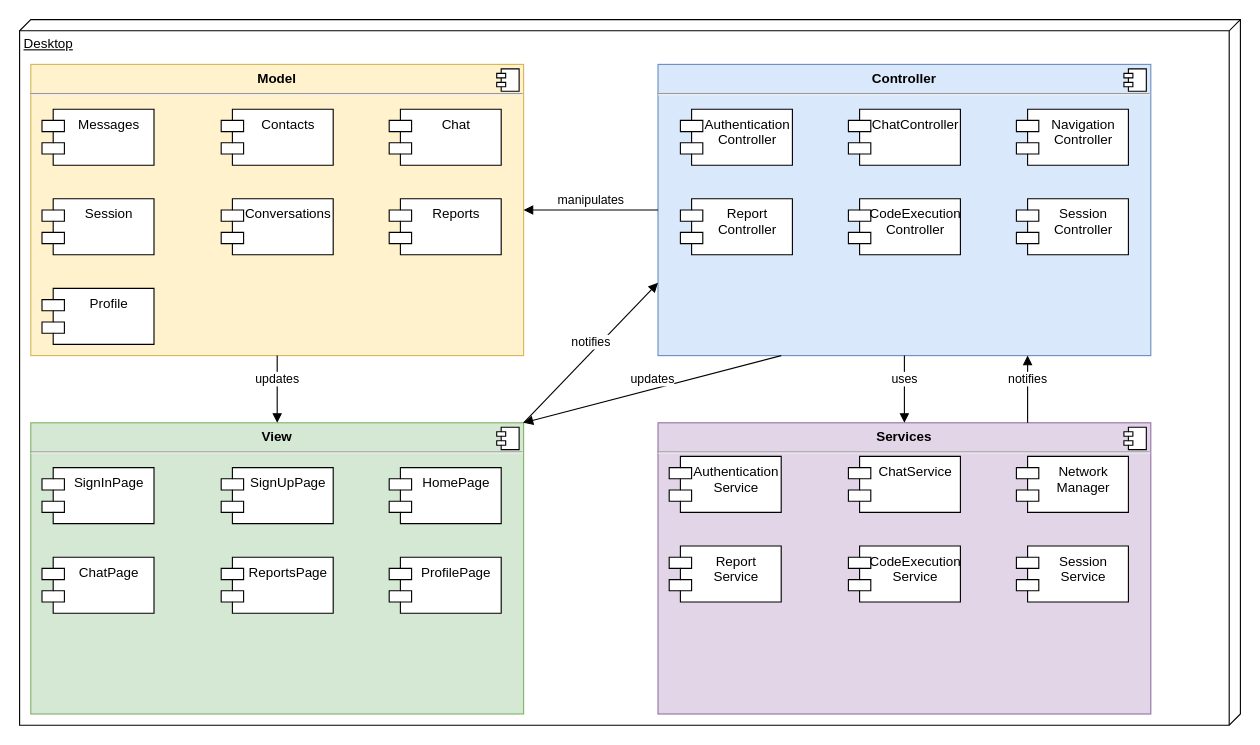
Before: assets/diagrams/desktop.drawio in iulian-rusu/discode, a draw.io diagram. Source tidied: cells renumbered, new cells numbered last; positions are measured from the earlier drawing's top-left corner, leaving out a move shared by most shapes. Both pictures are drawn from the tidied source at 112%, with x=0, y=0 at pixel (19, 19).
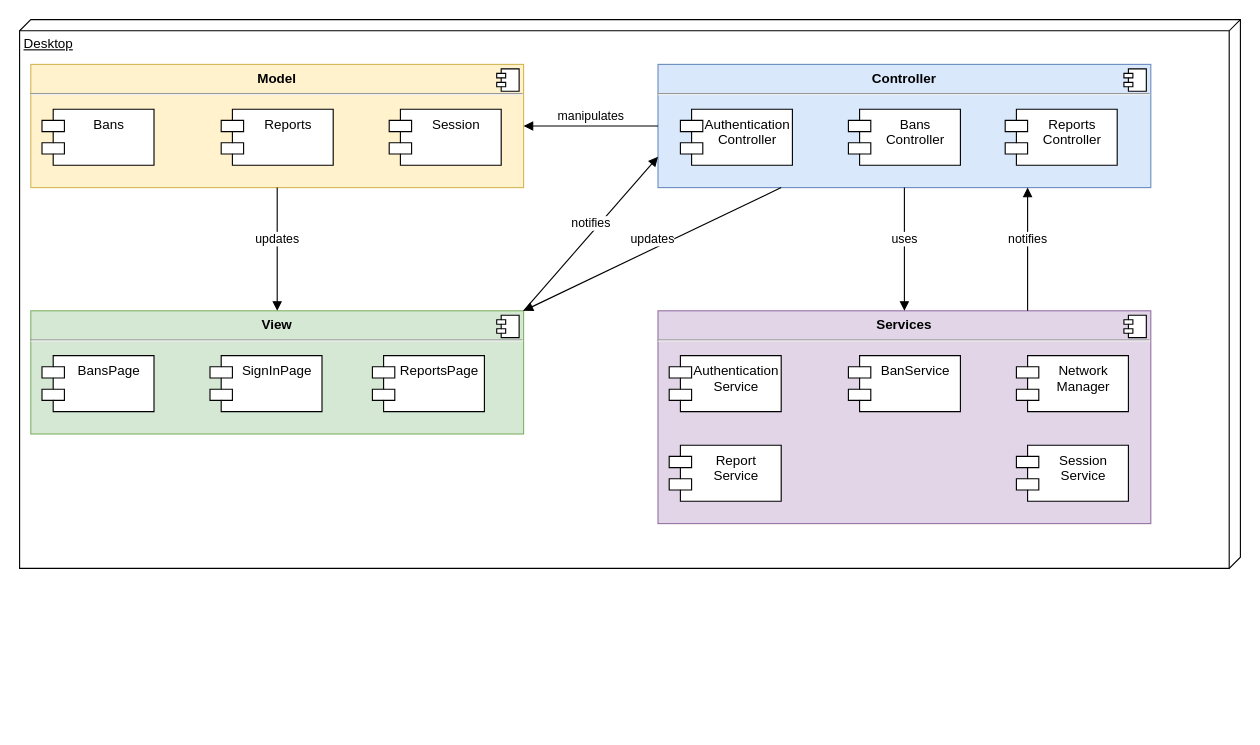
The same diagram, later.

The edit, as a diff of the source:
```diff
@@
     <mxCell id="2" value="Desktop" style="verticalAlign=top;align=left;spacingTop=8;spacingLeft=2;spacingRight=12;shape=cube;size=10;direction=south;fontStyle=4;html=1;" parent="1" vertex="1">
-      <mxGeometry width="1090" height="630" as="geometry" />
+      <mxGeometry width="1090" height="490" as="geometry" />
     </mxCell>
     <mxCell id="3" value="&lt;p style=&quot;margin: 0px ; margin-top: 6px ; text-align: center&quot;&gt;&lt;b&gt;Model&lt;/b&gt;&lt;/p&gt;&lt;hr&gt;&lt;p style=&quot;margin: 0px ; margin-left: 8px&quot;&gt;&lt;br&gt;&lt;/p&gt;" style="align=left;overflow=fill;html=1;fillColor=#fff2cc;strokeColor=#d6b656;" parent="1" vertex="1">
-      <mxGeometry x="10" y="40" width="440" height="260" as="geometry" />
+      <mxGeometry x="10" y="40" width="440" height="110" as="geometry" />
     </mxCell>
@@
     <mxCell id="5" value="&lt;p style=&quot;margin: 0px ; margin-top: 6px ; text-align: center&quot;&gt;&lt;b&gt;Controller&lt;/b&gt;&lt;/p&gt;&lt;hr&gt;&lt;p style=&quot;margin: 0px ; margin-left: 8px&quot;&gt;&lt;br&gt;&lt;/p&gt;" style="align=left;overflow=fill;html=1;fillColor=#dae8fc;strokeColor=#6c8ebf;" parent="1" vertex="1">
-      <mxGeometry x="570" y="40" width="440" height="260" as="geometry" />
+      <mxGeometry x="570" y="40" width="440" height="110" as="geometry" />
     </mxCell>
@@
     <mxCell id="7" value="&lt;p style=&quot;margin: 0px ; margin-top: 6px ; text-align: center&quot;&gt;&lt;b&gt;View&lt;/b&gt;&lt;/p&gt;&lt;hr&gt;&lt;p style=&quot;margin: 0px ; margin-left: 8px&quot;&gt;&lt;br&gt;&lt;/p&gt;" style="align=left;overflow=fill;html=1;fillColor=#d5e8d4;strokeColor=#82b366;" parent="1" vertex="1">
-      <mxGeometry x="10" y="360" width="440" height="260" as="geometry" />
+      <mxGeometry x="10" y="260" width="440" height="110" as="geometry" />
     </mxCell>
@@
     <mxCell id="9" value="&lt;p style=&quot;margin: 0px ; margin-top: 6px ; text-align: center&quot;&gt;&lt;b&gt;Services&lt;/b&gt;&lt;/p&gt;&lt;hr&gt;&lt;p style=&quot;margin: 0px ; margin-left: 8px&quot;&gt;&lt;br&gt;&lt;/p&gt;" style="align=left;overflow=fill;html=1;fillColor=#e1d5e7;strokeColor=#9673a6;" parent="1" vertex="1">
-      <mxGeometry x="570" y="360" width="440" height="260" as="geometry" />
+      <mxGeometry x="570" y="260" width="440" height="190" as="geometry" />
     </mxCell>
@@
-    <mxCell id="11" value="Messages" style="shape=module;align=left;spacingLeft=20;align=center;verticalAlign=top;" parent="1" vertex="1">
+    <mxCell id="11" value="Bans" style="shape=module;align=left;spacingLeft=20;align=center;verticalAlign=top;" parent="1" vertex="1">
       <mxGeometry x="20" y="80" width="100" height="50" as="geometry" />
     </mxCell>
-    <mxCell id="12" value="Contacts" style="shape=module;align=left;spacingLeft=20;align=center;verticalAlign=top;" parent="1" vertex="1">
-      <mxGeometry x="180" y="80" width="100" height="50" as="geometry" />
-    </mxCell>
-    <mxCell id="13" value="Conversations" style="shape=module;align=left;spacingLeft=20;align=center;verticalAlign=top;" parent="1" vertex="1">
-      <mxGeometry x="180" y="160" width="100" height="50" as="geometry" />
-    </mxCell>
     <mxCell id="14" value="Session" style="shape=module;align=left;spacingLeft=20;align=center;verticalAlign=top;" parent="1" vertex="1">
-      <mxGeometry x="20" y="160" width="100" height="50" as="geometry" />
+      <mxGeometry x="330" y="80" width="100" height="50" as="geometry" />
     </mxCell>
-    <mxCell id="15" value="Chat" style="shape=module;align=left;spacingLeft=20;align=center;verticalAlign=top;" parent="1" vertex="1">
-      <mxGeometry x="330" y="80" width="100" height="50" as="geometry" />
-    </mxCell>
@@
     <mxCell id="20" value="Network&#10;Manager" style="shape=module;align=left;spacingLeft=20;align=center;verticalAlign=top;" parent="1" vertex="1">
-      <mxGeometry x="890" y="390" width="100" height="50" as="geometry" />
+      <mxGeometry x="890" y="300" width="100" height="50" as="geometry" />
     </mxCell>
     <mxCell id="21" value="SignInPage" style="shape=module;align=left;spacingLeft=20;align=center;verticalAlign=top;" parent="1" vertex="1">
-      <mxGeometry x="20" y="400" width="100" height="50" as="geometry" />
+      <mxGeometry x="170" y="300" width="100" height="50" as="geometry" />
     </mxCell>
-    <mxCell id="22" value="SignUpPage" style="shape=module;align=left;spacingLeft=20;align=center;verticalAlign=top;" parent="1" vertex="1">
-      <mxGeometry x="180" y="400" width="100" height="50" as="geometry" />
+    <mxCell id="22" value="BansPage" style="shape=module;align=left;spacingLeft=20;align=center;verticalAlign=top;" parent="1" vertex="1">
+      <mxGeometry x="20" y="300" width="100" height="50" as="geometry" />
     </mxCell>
-    <mxCell id="23" value="HomePage" style="shape=module;align=left;spacingLeft=20;align=center;verticalAlign=top;" parent="1" vertex="1">
-      <mxGeometry x="330" y="400" width="100" height="50" as="geometry" />
-    </mxCell>
-    <mxCell id="24" value="ChatPage" style="shape=module;align=left;spacingLeft=20;align=center;verticalAlign=top;" parent="1" vertex="1">
-      <mxGeometry x="20" y="480" width="100" height="50" as="geometry" />
-    </mxCell>
     <mxCell id="25" value="ReportsPage" style="shape=module;align=left;spacingLeft=20;align=center;verticalAlign=top;" parent="1" vertex="1">
-      <mxGeometry x="180" y="480" width="100" height="50" as="geometry" />
+      <mxGeometry x="315" y="300" width="100" height="50" as="geometry" />
     </mxCell>
     <mxCell id="26" value="Reports" style="shape=module;align=left;spacingLeft=20;align=center;verticalAlign=top;" parent="1" vertex="1">
-      <mxGeometry x="330" y="160" width="100" height="50" as="geometry" />
+      <mxGeometry x="180" y="80" width="100" height="50" as="geometry" />
     </mxCell>
-    <mxCell id="27" value="Profile" style="shape=module;align=left;spacingLeft=20;align=center;verticalAlign=top;" parent="1" vertex="1">
-      <mxGeometry x="20" y="240" width="100" height="50" as="geometry" />
-    </mxCell>
-    <mxCell id="28" value="ProfilePage" style="shape=module;align=left;spacingLeft=20;align=center;verticalAlign=top;" parent="1" vertex="1">
-      <mxGeometry x="330" y="480" width="100" height="50" as="geometry" />
-    </mxCell>
     <mxCell id="29" value="Authentication&#10;Service" style="shape=module;align=left;spacingLeft=20;align=center;verticalAlign=top;" parent="1" vertex="1">
-      <mxGeometry x="580" y="390" width="100" height="50" as="geometry" />
+      <mxGeometry x="580" y="300" width="100" height="50" as="geometry" />
     </mxCell>
-    <mxCell id="30" value="ChatService" style="shape=module;align=left;spacingLeft=20;align=center;verticalAlign=top;" parent="1" vertex="1">
-      <mxGeometry x="740" y="390" width="100" height="50" as="geometry" />
+    <mxCell id="30" value="BanService" style="shape=module;align=left;spacingLeft=20;align=center;verticalAlign=top;" parent="1" vertex="1">
+      <mxGeometry x="740" y="300" width="100" height="50" as="geometry" />
     </mxCell>
@@
-    <mxCell id="33" value="ChatController" style="shape=module;align=left;spacingLeft=20;align=center;verticalAlign=top;" parent="1" vertex="1">
-      <mxGeometry x="740" y="80" width="100" height="50" as="geometry" />
-    </mxCell>
-    <mxCell id="34" value="Navigation&#10;Controller" style="shape=module;align=left;spacingLeft=20;align=center;verticalAlign=top;" parent="1" vertex="1">
-      <mxGeometry x="890" y="80" width="100" height="50" as="geometry" />
-    </mxCell>
@@
     <mxCell id="36" value="Report&#10;Service" style="shape=module;align=left;spacingLeft=20;align=center;verticalAlign=top;" parent="1" vertex="1">
-      <mxGeometry x="580" y="470" width="100" height="50" as="geometry" />
+      <mxGeometry x="580" y="380" width="100" height="50" as="geometry" />
     </mxCell>
-    <mxCell id="37" value="CodeExecution&#10;Service" style="shape=module;align=left;spacingLeft=20;align=center;verticalAlign=top;" parent="1" vertex="1">
-      <mxGeometry x="740" y="470" width="100" height="50" as="geometry" />
-    </mxCell>
-    <mxCell id="38" value="Report&#10;Controller" style="shape=module;align=left;spacingLeft=20;align=center;verticalAlign=top;" parent="1" vertex="1">
-      <mxGeometry x="590" y="160" width="100" height="50" as="geometry" />
+    <mxCell id="38" value="Reports&#10;Controller" style="shape=module;align=left;spacingLeft=20;align=center;verticalAlign=top;" parent="1" vertex="1">
+      <mxGeometry x="880" y="80" width="100" height="50" as="geometry" />
     </mxCell>
-    <mxCell id="39" value="CodeExecution&#10;Controller" style="shape=module;align=left;spacingLeft=20;align=center;verticalAlign=top;" parent="1" vertex="1">
-      <mxGeometry x="740" y="160" width="100" height="50" as="geometry" />
+    <mxCell id="39" value="Bans&#10;Controller" style="shape=module;align=left;spacingLeft=20;align=center;verticalAlign=top;" parent="1" vertex="1">
+      <mxGeometry x="740" y="80" width="100" height="50" as="geometry" />
     </mxCell>
-    <mxCell id="40" value="Session&#10;Controller" style="shape=module;align=left;spacingLeft=20;align=center;verticalAlign=top;" parent="1" vertex="1">
-      <mxGeometry x="890" y="160" width="100" height="50" as="geometry" />
-    </mxCell>
     <mxCell id="41" value="Session&#10;Service" style="shape=module;align=left;spacingLeft=20;align=center;verticalAlign=top;" parent="1" vertex="1">
-      <mxGeometry x="890" y="470" width="100" height="50" as="geometry" />
+      <mxGeometry x="890" y="380" width="100" height="50" as="geometry" />
     </mxCell>
```
